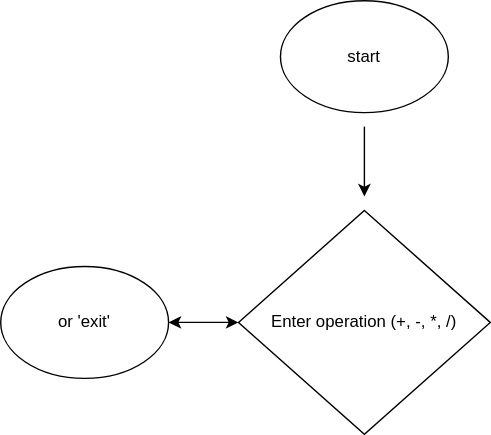
Above: calc_diagram.drawio.svg in Viktoriia-P-H11/Calc (draw.io), before the change. Source tidied: cells renumbered, new cells last; positions are measured from the earlier drawing's top-left corner, leaving out a move shared by most shapes.
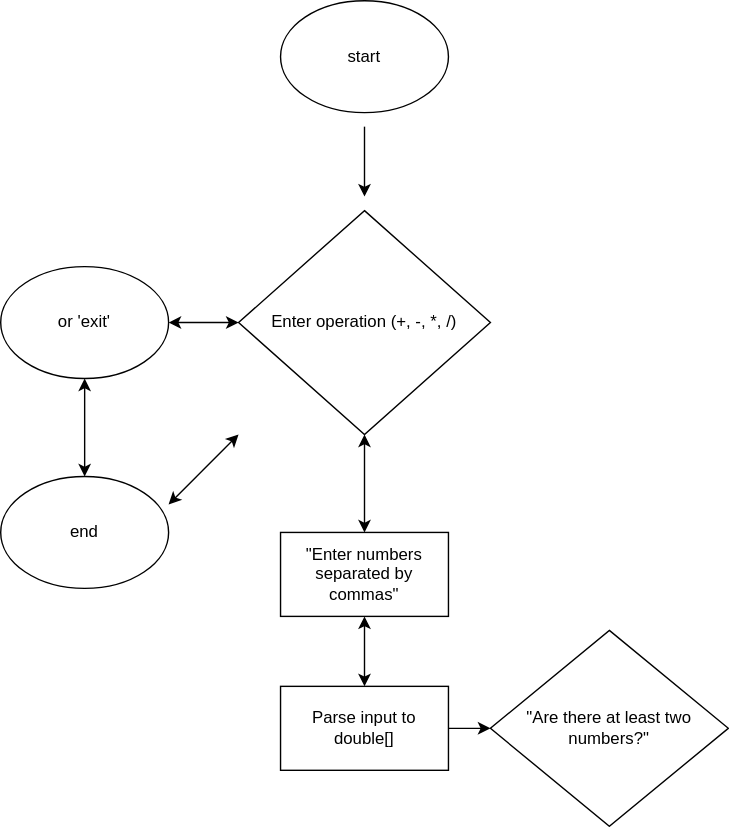
After the commit.

What changed in the source:
```diff
@@ -22,5 +22,41 @@
     <mxCell id="6" value="&lt;br&gt;or 'exit'&lt;div&gt;&lt;br/&gt;&lt;/div&gt;" style="ellipse;whiteSpace=wrap;html=1;" parent="1" vertex="1">
       <mxGeometry y="190" width="120" height="80" as="geometry" />
     </mxCell>
+    <mxCell id="7" style="endArrow=classic;startArrow=classic;html=1;rounded=0;entryX=0.5;entryY=1;entryDx=0;entryDy=0;" parent="1" edge="1" target="6">
+      <mxGeometry relative="1" as="geometry">
+        <mxPoint x="60" y="340" as="sourcePoint" />
+      </mxGeometry>
+    </mxCell>
+    <mxCell id="8" value="end" style="ellipse;whiteSpace=wrap;html=1;" parent="1" vertex="1">
+      <mxGeometry y="340" width="120" height="80" as="geometry" />
+    </mxCell>
+    <mxCell id="9" style="endArrow=classic;startArrow=classic;html=1;rounded=0;entryX=0.5;entryY=1;entryDx=0;entryDy=0;" parent="1" edge="1" target="4">
+      <mxGeometry relative="1" as="geometry">
+        <mxPoint x="260" y="380" as="sourcePoint" />
+      </mxGeometry>
+    </mxCell>
+    <mxCell id="10" value="&quot;Enter numbers separated by commas&quot;" style="rounded=0;whiteSpace=wrap;html=1;" parent="1" vertex="1">
+      <mxGeometry x="200" y="380" width="120" height="60" as="geometry" />
+    </mxCell>
+    <mxCell id="11" style="endArrow=classic;startArrow=classic;html=1;rounded=0;entryX=0.5;entryY=1;entryDx=0;entryDy=0;" parent="1" edge="1" target="10">
+      <mxGeometry relative="1" as="geometry">
+        <mxPoint x="260" y="490" as="sourcePoint" />
+      </mxGeometry>
+    </mxCell>
+    <mxCell id="12" style="edgeStyle=orthogonalEdgeStyle;rounded=0;jettySize=auto;html=1;" parent="1" edge="1" source="13" target="15">
+      <mxGeometry relative="1" as="geometry" />
+    </mxCell>
+    <mxCell id="13" value="Parse input to double[]" style="rounded=0;whiteSpace=wrap;html=1;" parent="1" vertex="1">
+      <mxGeometry x="200" y="490" width="120" height="60" as="geometry" />
+    </mxCell>
+    <mxCell id="14" style="endArrow=classic;startArrow=classic;html=1;rounded=0;" parent="1" edge="1">
+      <mxGeometry relative="1" as="geometry">
+        <mxPoint x="120" y="360" as="sourcePoint" />
+        <mxPoint x="170" y="310" as="targetPoint" />
+      </mxGeometry>
+    </mxCell>
+    <mxCell id="15" value="&quot;Are there at least two numbers?&quot;" style="rhombus;whiteSpace=wrap;html=1;" parent="1" vertex="1">
+      <mxGeometry x="350" y="450" width="170" height="140" as="geometry" />
+    </mxCell>
   </root>
 </mxGraphModel>
```
